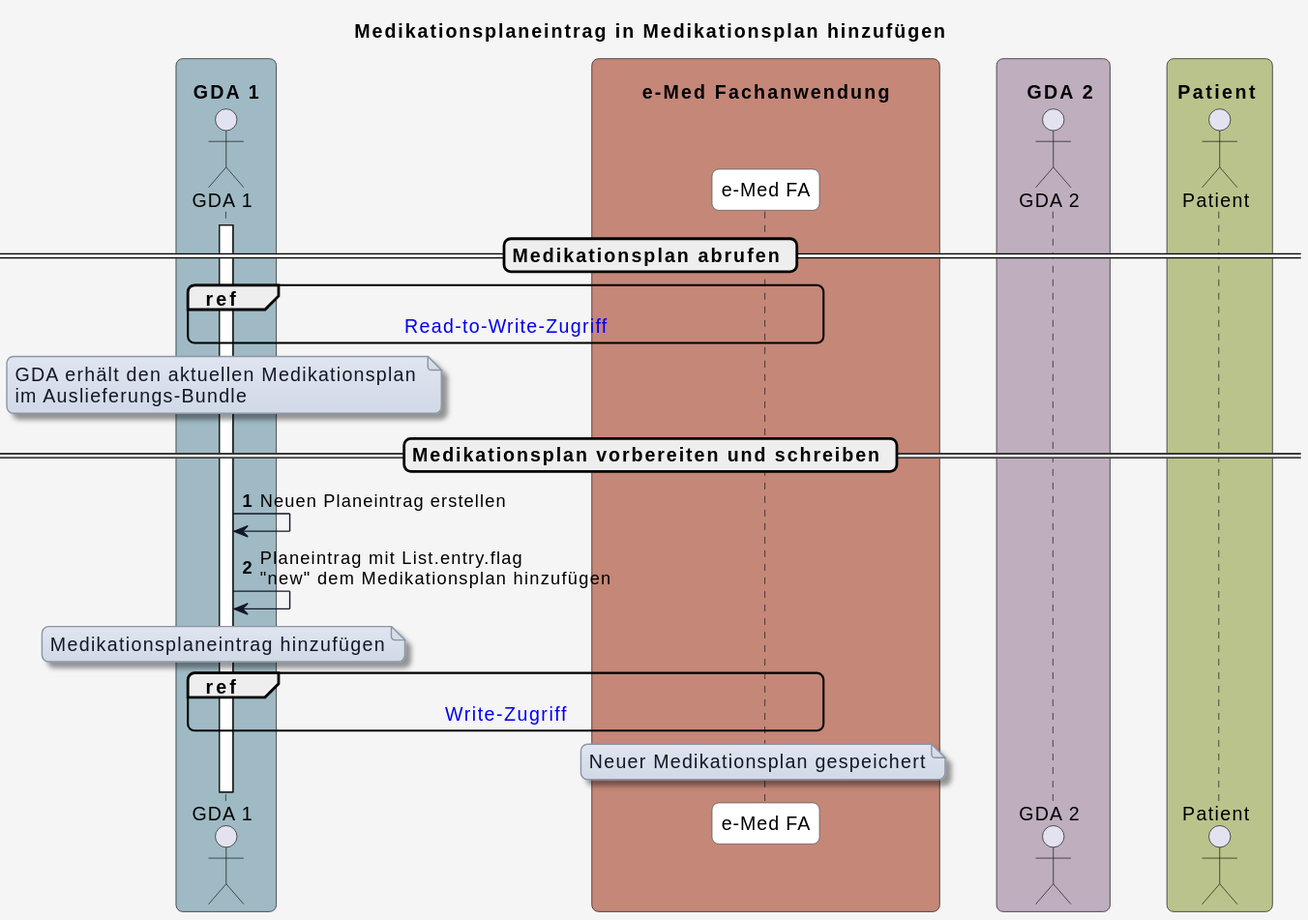
Earlier version of the PlantUML export input/images/plantuml/UC_eMed_06_03.svg (HL7Austria/ELGA-e-Medikation-R4). Source of this version:
```plantuml
@startuml
title Medikationsplaneintrag in Medikationsplan hinzufügen
skinparam borderColor #000000
skinparam backgroundColor #f5f5f5
skinparam shadowing false
skinparam roundCorner 10
skinparam defaultFontName "Arial"
skinparam defaultFontSize 14
skinparam defaultFontColor #000000

skinparam note {
  BackgroundColor #e0e5f0-#d1d9e6
  BorderColor #8b95a5
  BorderThickness 1
  RoundCorner 8
  Padding 6
  FontColor #111827
  Shadowing true
}

skinparam HyperlinkColor #0000EE
skinparam HyperlinkUnderline false

skinparam sequence {
  ParticipantBorderColor #555555
  ParticipantBackgroundColor #ffffff
  ParticipantFontColor #000000
  ParticipantFontSize 14
  ParticipantPadding 20
  ArrowColor #111827
  ArrowThickness 1
  ArrowFontColor #000000
  ArrowFontSize 13
  GroupBorderColor #111827
  GroupBackgroundColor #eef2ff
  GroupBorderThickness 2
}

skinparam BoxPadding 20
skinparam BoxBorderColor #555555

box "\n  GDA 1  " #9fbac4
  actor GDA_1 as "GDA 1"
end box

box "\n       e-Med Fachanwendung       " #C48778
  participant eMed_FA as "e-Med FA"
end box

box "\n    GDA 2  " #beaebe
  actor GDA_2 as "GDA 2"
end box

box "\n Patient  " #bac38b
  actor Patient as "Patient"
end box


autonumber


== Medikationsplan abrufen ==

activate GDA_1

ref over GDA_1, eMed_FA : [[interactions.html#sequenzdiagramm-read-to-write-zugriff Read-to-Write-Zugriff]]

note over GDA_1
GDA erhält den aktuellen Medikationsplan
im Auslieferungs-Bundle
end note

== Medikationsplan vorbereiten und schreiben ==

GDA_1 -> GDA_1: Neuen Planeintrag erstellen
GDA_1 -> GDA_1: Planeintrag mit List.entry.flag\n"new" dem Medikationsplan hinzufügen

note over GDA_1
Medikationsplaneintrag hinzufügen
end note

ref over GDA_1, eMed_FA : [[interactions.html#write-zugriff Write-Zugriff]]

note over eMed_FA
Neuer Medikationsplan gespeichert
end note
@enduml
```
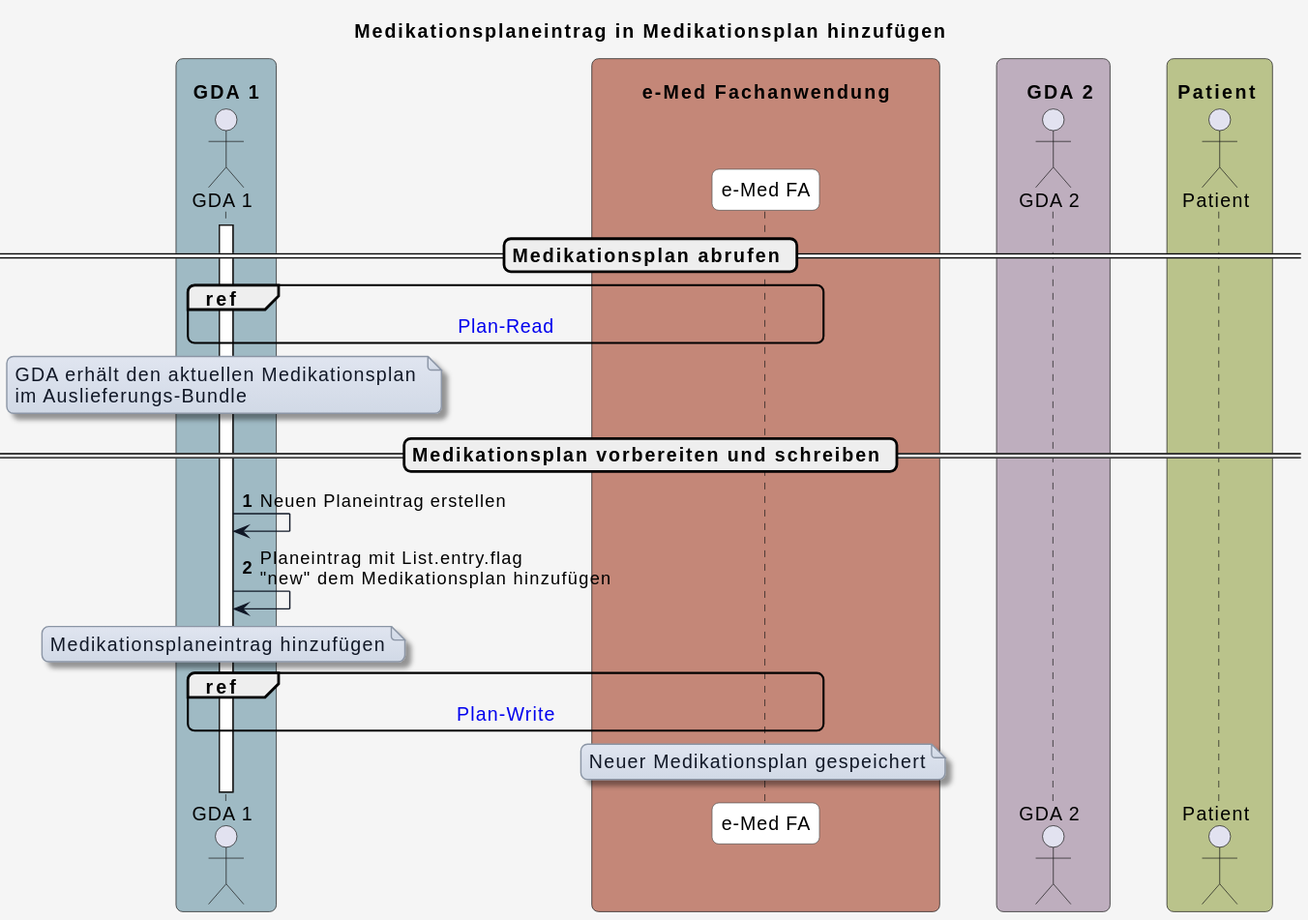
The same diagram one commit later.

Diff of the diagram source:
```diff
@@ -63,7 +63,7 @@
 
 activate GDA_1
 
-ref over GDA_1, eMed_FA : [[interactions.html#sequenzdiagramm-read-to-write-zugriff Read-to-Write-Zugriff]]
+ref over GDA_1, eMed_FA : [[interactions.html#sequenzdiagramm-plan-read Plan-Read]]
 
 note over GDA_1
 GDA erhält den aktuellen Medikationsplan
@@ -79,7 +79,7 @@
 Medikationsplaneintrag hinzufügen
 end note
 
-ref over GDA_1, eMed_FA : [[interactions.html#write-zugriff Write-Zugriff]]
+ref over GDA_1, eMed_FA : [[interactions.html#plan-write Plan-Write]]
 
 note over eMed_FA
 Neuer Medikationsplan gespeichert
```
